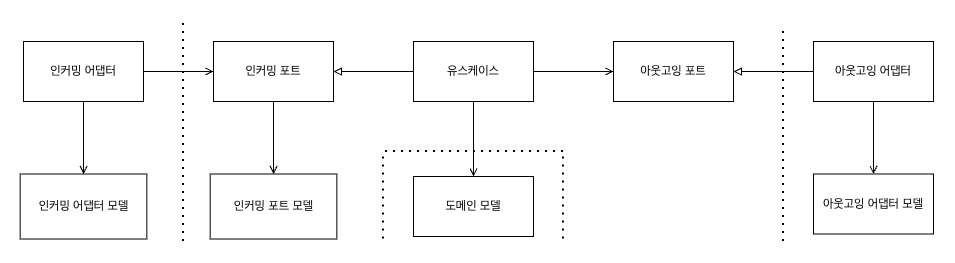
newy2/algo-trade-backend-new keeps this draw.io diagram as doc/mapping_strategy.png. Above is the earlier version. Source tidied: cells renumbered, new cells last; positions are measured from the earlier drawing's top-left corner, leaving out a move shared by most shapes.
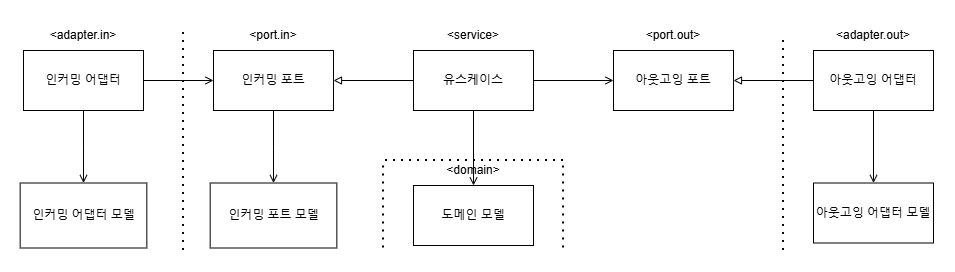
Later version of the same file.

Change to the diagram source:
```diff
@@ -83,5 +83,23 @@
     <mxCell id="23" value="인커밍 포트 모델" style="rounded=0;whiteSpace=wrap;html=1;" parent="1" vertex="1">
       <mxGeometry x="189.7" y="152.5" width="126.7" height="65" as="geometry" />
     </mxCell>
+    <mxCell id="24" value="&amp;lt;adapter.in&amp;gt;" style="text;html=1;whiteSpace=wrap;strokeColor=none;fillColor=none;align=center;verticalAlign=middle;rounded=0;" parent="1" vertex="1">
+      <mxGeometry x="33" y="-10" width="60" height="30" as="geometry" />
+    </mxCell>
+    <mxCell id="25" value="&amp;lt;adapter.out&amp;gt;" style="text;html=1;whiteSpace=wrap;strokeColor=none;fillColor=none;align=center;verticalAlign=middle;rounded=0;" parent="1" vertex="1">
+      <mxGeometry x="823" y="-10" width="60" height="30" as="geometry" />
+    </mxCell>
+    <mxCell id="26" value="&amp;lt;port.in&amp;gt;" style="text;html=1;whiteSpace=wrap;strokeColor=none;fillColor=none;align=center;verticalAlign=middle;rounded=0;" parent="1" vertex="1">
+      <mxGeometry x="223" y="-10" width="60" height="30" as="geometry" />
+    </mxCell>
+    <mxCell id="27" value="&amp;lt;port.out&amp;gt;" style="text;html=1;whiteSpace=wrap;strokeColor=none;fillColor=none;align=center;verticalAlign=middle;rounded=0;" parent="1" vertex="1">
+      <mxGeometry x="623" y="-10" width="60" height="30" as="geometry" />
+    </mxCell>
+    <mxCell id="28" value="&amp;lt;service&amp;gt;" style="text;html=1;whiteSpace=wrap;strokeColor=none;fillColor=none;align=center;verticalAlign=middle;rounded=0;" parent="1" vertex="1">
+      <mxGeometry x="423" y="-10" width="60" height="30" as="geometry" />
+    </mxCell>
+    <mxCell id="29" value="&amp;lt;domain&amp;gt;" style="text;html=1;whiteSpace=wrap;strokeColor=none;fillColor=none;align=center;verticalAlign=middle;rounded=0;" parent="1" vertex="1">
+      <mxGeometry x="423" y="125" width="60" height="30" as="geometry" />
+    </mxCell>
   </root>
 </mxGraphModel>
```
